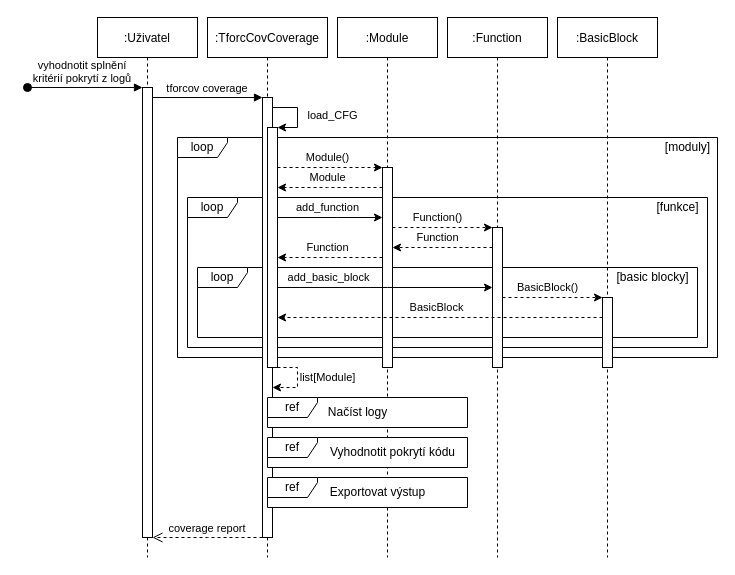
Above: coverage_loadCFG_sequence_diagram.drawio in petkapou/DIP_diagrams (draw.io), before the change. Source tidied: cells renumbered, new cells numbered last; positions are measured from the earlier drawing's top-left corner, leaving out a move shared by most shapes. Both pictures are drawn from the tidied source at 100%, with x=0, y=0 at pixel (27, 17).
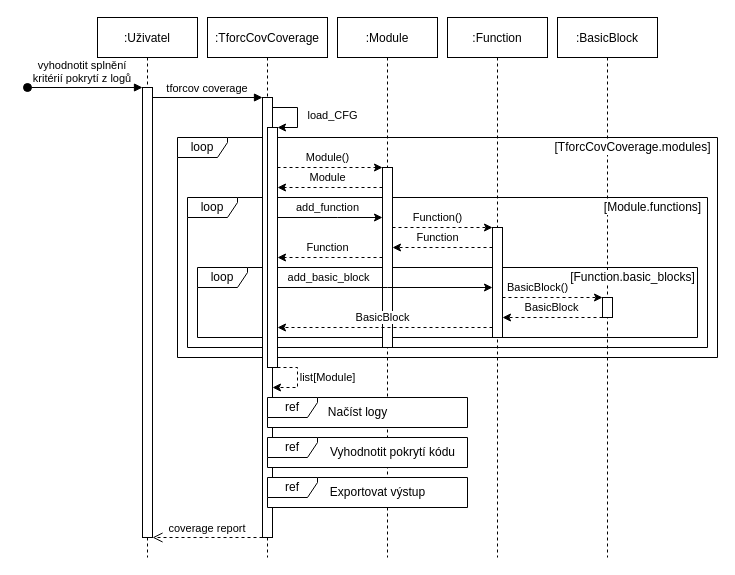
After the change.

Unchanged cells that the change refers to:
```xml
<mxCell id="11" style="points=[];perimeter=orthogonalPerimeter;rounded=0;shadow=0;strokeWidth=1;" parent="8" vertex="1">
  <mxGeometry x="60" y="110" width="10" height="240" as="geometry" />
</mxCell>
<mxCell id="15" value=":Module" style="shape=umlLifeline;perimeter=lifelinePerimeter;rounded=0;shadow=0;strokeWidth=1;" parent="1" vertex="1">
  <mxGeometry x="310" width="100" height="540" as="geometry" />
</mxCell>
<mxCell id="18" value=":Function" style="shape=umlLifeline;perimeter=lifelinePerimeter;rounded=0;shadow=0;strokeWidth=1;" parent="1" vertex="1">
  <mxGeometry x="420" width="100" height="540" as="geometry" />
</mxCell>
<mxCell id="20" value=":BasicBlock" style="shape=umlLifeline;perimeter=lifelinePerimeter;rounded=0;shadow=0;strokeWidth=1;" parent="1" vertex="1">
  <mxGeometry x="530" width="100" height="540" as="geometry" />
</mxCell>
```

What changed in the source:
```diff
@@
     <mxCell id="16" style="points=[];perimeter=orthogonalPerimeter;rounded=0;shadow=0;strokeWidth=1;" parent="15" vertex="1">
-      <mxGeometry x="45" y="150" width="10" height="200" as="geometry" />
+      <mxGeometry x="45" y="150" width="10" height="180" as="geometry" />
     </mxCell>
@@
     <mxCell id="19" style="points=[];perimeter=orthogonalPerimeter;rounded=0;shadow=0;strokeWidth=1;" parent="18" vertex="1">
-      <mxGeometry x="45" y="210" width="10" height="140" as="geometry" />
+      <mxGeometry x="45" y="210" width="10" height="110" as="geometry" />
     </mxCell>
@@
     <mxCell id="21" style="points=[];perimeter=orthogonalPerimeter;rounded=0;shadow=0;strokeWidth=1;" parent="20" vertex="1">
-      <mxGeometry x="45" y="280" width="10" height="70" as="geometry" />
+      <mxGeometry x="45" y="280" width="10" height="20" as="geometry" />
     </mxCell>
@@
     <mxCell id="25" value="BasicBlock()" style="edgeStyle=orthogonalEdgeStyle;rounded=0;jettySize=auto;html=1;dashed=1;" parent="1" edge="1" source="19" target="21">
-      <mxGeometry x="-0.1" y="10" relative="1" as="geometry">
+      <mxGeometry x="-0.3" y="10" relative="1" as="geometry">
         <Array as="points">
           <mxPoint x="520" y="280" />
           <mxPoint x="520" y="280" />
         </Array>
       </mxGeometry>
     </mxCell>
@@
-    <mxCell id="29" value="BasicBlock" style="edgeStyle=orthogonalEdgeStyle;rounded=0;jettySize=auto;html=1;dashed=1;" parent="1" edge="1" source="21" target="11">
+    <mxCell id="29" value="BasicBlock" style="edgeStyle=orthogonalEdgeStyle;rounded=0;jettySize=auto;html=1;dashed=1;" parent="1" edge="1" source="21" target="19">
       <mxGeometry x="0.02" y="-10" relative="1" as="geometry">
         <Array as="points">
-          <mxPoint x="420" y="300" />
-          <mxPoint x="420" y="300" />
+          <mxPoint x="560" y="300" />
+          <mxPoint x="560" y="300" />
         </Array>
       </mxGeometry>
     </mxCell>
@@
-    <mxCell id="34" value="[moduly]" style="text;html=1;align=center;verticalAlign=middle;fillColor=none;strokeColor=none;rounded=0;" parent="1" vertex="1">
-      <mxGeometry x="630" y="120" width="60" height="20" as="geometry" />
+    <mxCell id="34" value="[TforcCovCoverage.modules]" style="text;html=1;align=center;verticalAlign=middle;fillColor=none;strokeColor=none;rounded=0;labelBackgroundColor=default;" parent="1" vertex="1">
+      <mxGeometry x="520" y="120" width="170" height="20" as="geometry" />
     </mxCell>
-    <mxCell id="35" value="[funkce]" style="text;html=1;align=center;verticalAlign=middle;fillColor=none;strokeColor=none;rounded=0;" parent="1" vertex="1">
-      <mxGeometry x="620" y="180" width="60" height="20" as="geometry" />
+    <mxCell id="35" value="[Module.functions]" style="text;html=1;align=center;verticalAlign=middle;fillColor=none;strokeColor=none;rounded=0;labelBackgroundColor=default;" parent="1" vertex="1">
+      <mxGeometry x="570" y="180" width="110" height="20" as="geometry" />
     </mxCell>
-    <mxCell id="36" value="[basic blocky]" style="text;html=1;align=center;verticalAlign=middle;fillColor=none;strokeColor=none;rounded=0;" parent="1" vertex="1">
-      <mxGeometry x="580" y="250" width="90" height="20" as="geometry" />
+    <mxCell id="36" value="[Function.basic_blocks]" style="text;html=1;align=center;verticalAlign=middle;fillColor=none;strokeColor=none;rounded=0;labelBackgroundColor=default;" parent="1" vertex="1">
+      <mxGeometry x="535" y="250" width="140" height="20" as="geometry" />
     </mxCell>
@@
+    <mxCell id="39" value="BasicBlock" style="edgeStyle=orthogonalEdgeStyle;rounded=0;jettySize=auto;html=1;dashed=1;" parent="1" edge="1" source="19" target="11">
+      <mxGeometry x="0.02" y="-10" relative="1" as="geometry">
+        <Array as="points">
+          <mxPoint x="360" y="310" />
+          <mxPoint x="360" y="310" />
+        </Array>
+      </mxGeometry>
+    </mxCell>
```
